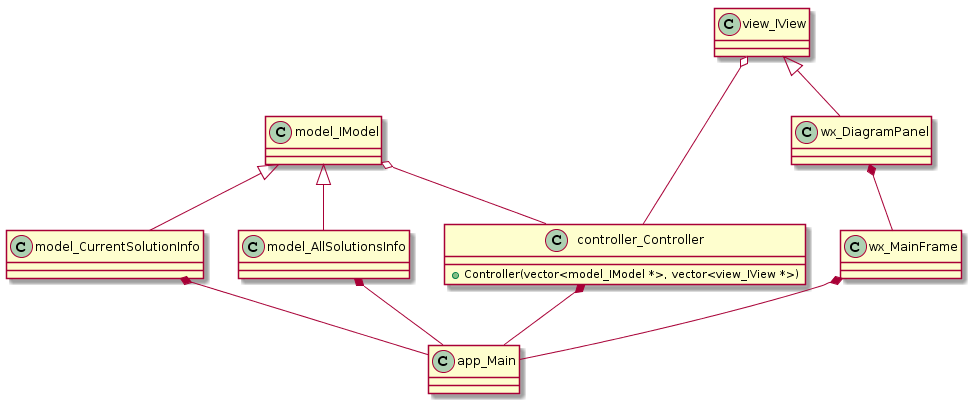
Above: Addins/DevelopmentInfo.Classes.png in Unicornum/Unicornum.github.io (PlantUML), before the change.
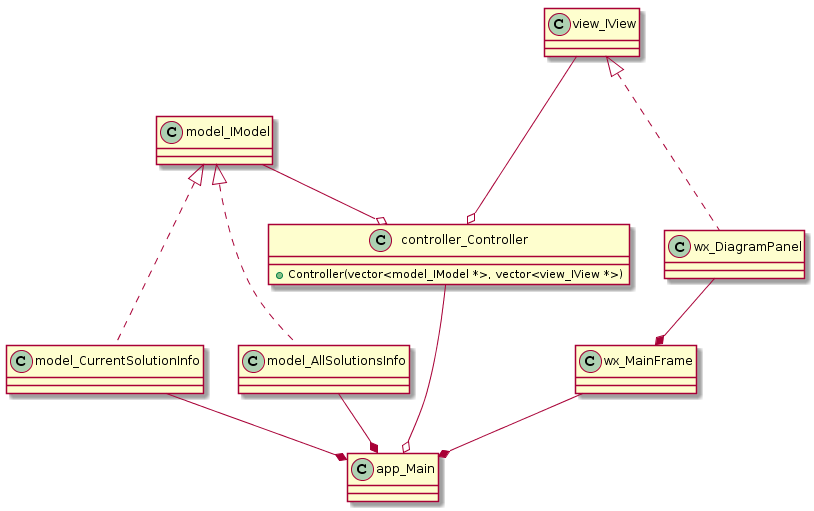
After the change.

Change to the diagram source:
```diff
@@ -1,14 +1,18 @@
 @startuml
-model_IModel <|-- model_Model
+model_IModel <|-.- model_CurrentSolutionInfo
+model_IModel <|-.- model_AllSolutionsInfo
 
-view_IView <|-- wx_MainFrame
+view_IView <|-.- wx_DiagramPanel
 
-model_IModel o-- controller_Controller
-view_IView o-- controller_Controller
+model_IModel --o controller_Controller
+view_IView --o controller_Controller
 
-controller_Controller : + Controller(model_IModel &, view_IView &)
+controller_Controller : + Controller(vector<model_IModel *>, vector<view_IView *>)
 
-model_Model *-- app_Main
-controller_Controller *-- app_Main
-wx_MainFrame *-- app_Main
+wx_DiagramPanel --* wx_MainFrame
+
+model_CurrentSolutionInfo --* app_Main
+model_AllSolutionsInfo --* app_Main
+controller_Controller --o app_Main
+wx_MainFrame --* app_Main
 @enduml
```
